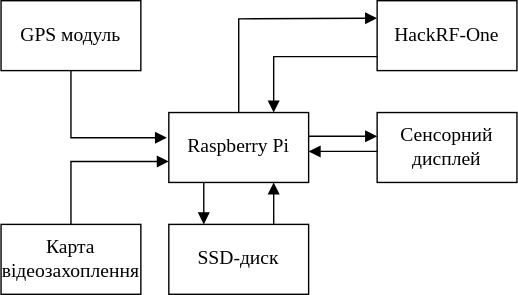
Earlier version of the draw.io export docs/sheme/structural.drawio.svg (BogdanBackend/Diplom). Source tidied: cells renumbered, new cells last; positions are measured from the earlier drawing's top-left corner, leaving out a move shared by most shapes. Its diagram source:
```xml
<mxGraphModel background="#ffffff">
  <root>
    <mxCell id="0" />
    <mxCell id="1" parent="0" />
    <mxCell id="2" value="Raspberry Pi" style="rounded=0;whiteSpace=wrap;html=1;fontFamily=Times New Roman;fontSize=14;" parent="1" vertex="1">
      <mxGeometry x="120" y="80" width="100" height="50" as="geometry" />
    </mxCell>
    <mxCell id="3" value="HackRF-One" style="rounded=0;whiteSpace=wrap;html=1;fontFamily=Times New Roman;fontSize=14;" parent="1" vertex="1">
      <mxGeometry x="269" width="100" height="50" as="geometry" />
    </mxCell>
    <mxCell id="4" value="Сенсорний дисплей" style="rounded=0;whiteSpace=wrap;html=1;fontFamily=Times New Roman;fontSize=14;" parent="1" vertex="1">
      <mxGeometry x="269" y="80" width="100" height="50" as="geometry" />
    </mxCell>
    <mxCell id="5" value="GPS модуль" style="rounded=0;whiteSpace=wrap;html=1;fontFamily=Times New Roman;fontSize=14;" parent="1" vertex="1">
      <mxGeometry width="100" height="50" as="geometry" />
    </mxCell>
    <mxCell id="6" value="SSD-диск" style="rounded=0;whiteSpace=wrap;html=1;fontFamily=Times New Roman;fontSize=14;" parent="1" vertex="1">
      <mxGeometry x="120" y="160" width="100" height="50" as="geometry" />
    </mxCell>
    <mxCell id="7" value="Карта відеозахоплення" style="rounded=0;whiteSpace=wrap;html=1;fontFamily=Times New Roman;fontSize=14;" parent="1" vertex="1">
      <mxGeometry y="160" width="100" height="50" as="geometry" />
    </mxCell>
    <mxCell id="8" style="edgeStyle=none;html=1;rounded=0;curved=0;strokeWidth=1;endArrow=block;endFill=1;entryX=-0.013;entryY=0.36;entryDx=0;entryDy=0;entryPerimeter=0;exitX=0.5;exitY=1;exitDx=0;exitDy=0;" parent="1" edge="1" source="5" target="2">
      <mxGeometry relative="1" as="geometry">
        <Array as="points">
          <mxPoint x="50" y="98" />
        </Array>
      </mxGeometry>
    </mxCell>
    <mxCell id="9" style="edgeStyle=none;html=1;rounded=0;curved=0;strokeWidth=1;endArrow=block;endFill=1;exitX=0.5;exitY=0;exitDx=0;exitDy=0;" parent="1" edge="1" source="7">
      <mxGeometry relative="1" as="geometry">
        <mxPoint x="120" y="115" as="targetPoint" />
        <Array as="points">
          <mxPoint x="50" y="115" />
        </Array>
      </mxGeometry>
    </mxCell>
    <mxCell id="10" style="edgeStyle=none;html=1;rounded=0;curved=0;strokeWidth=1;endArrow=block;endFill=1;exitX=0.5;exitY=0;exitDx=0;exitDy=0;entryX=0;entryY=0.25;entryDx=0;entryDy=0;" parent="1" edge="1" source="2" target="3">
      <mxGeometry relative="1" as="geometry">
        <Array as="points">
          <mxPoint x="170" y="13" />
        </Array>
      </mxGeometry>
    </mxCell>
    <mxCell id="11" style="edgeStyle=none;html=1;rounded=0;curved=0;strokeWidth=1;endArrow=block;endFill=1;entryX=0;entryY=0.5;entryDx=0;entryDy=0;exitX=1;exitY=0.5;exitDx=0;exitDy=0;" parent="1" edge="1">
      <mxGeometry relative="1" as="geometry">
        <mxPoint x="220" y="97" as="sourcePoint" />
        <mxPoint x="269" y="97" as="targetPoint" />
      </mxGeometry>
    </mxCell>
    <mxCell id="12" style="edgeStyle=none;html=1;rounded=0;curved=0;strokeWidth=1;endArrow=block;endFill=1;entryX=0;entryY=0.5;entryDx=0;entryDy=0;exitX=1;exitY=0.5;exitDx=0;exitDy=0;" parent="1" edge="1">
      <mxGeometry relative="1" as="geometry">
        <mxPoint x="269" y="107.8" as="sourcePoint" />
        <mxPoint x="220" y="107.8" as="targetPoint" />
      </mxGeometry>
    </mxCell>
    <mxCell id="13" style="edgeStyle=none;html=1;rounded=0;curved=0;strokeWidth=1;endArrow=block;endFill=1;entryX=0.75;entryY=1;entryDx=0;entryDy=0;exitX=0.75;exitY=0;exitDx=0;exitDy=0;" parent="1" edge="1" source="6" target="2">
      <mxGeometry relative="1" as="geometry" />
    </mxCell>
    <mxCell id="14" style="edgeStyle=none;html=1;rounded=0;curved=0;strokeWidth=1;endArrow=block;endFill=1;entryX=0.75;entryY=1;entryDx=0;entryDy=0;exitX=0.75;exitY=0;exitDx=0;exitDy=0;" parent="1" edge="1">
      <mxGeometry relative="1" as="geometry">
        <mxPoint x="145" y="130" as="sourcePoint" />
        <mxPoint x="145" y="160" as="targetPoint" />
      </mxGeometry>
    </mxCell>
    <mxCell id="15" style="edgeStyle=none;html=1;rounded=0;curved=0;strokeWidth=1;endArrow=block;endFill=1;exitX=0.5;exitY=0;exitDx=0;exitDy=0;entryX=0.75;entryY=0;entryDx=0;entryDy=0;" parent="1" edge="1" target="2">
      <mxGeometry relative="1" as="geometry">
        <mxPoint x="269" y="40" as="sourcePoint" />
        <Array as="points">
          <mxPoint x="195" y="40" />
        </Array>
      </mxGeometry>
    </mxCell>
  </root>
</mxGraphModel>
```
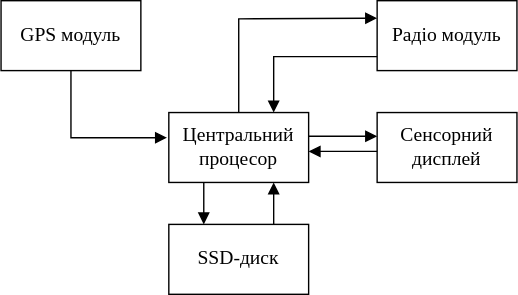
Above is the later version.

Diff of the diagram source:
```diff
@@ -2,10 +2,10 @@
   <root>
     <mxCell id="0" />
     <mxCell id="1" parent="0" />
-    <mxCell id="2" value="Raspberry Pi" style="rounded=0;whiteSpace=wrap;html=1;fontFamily=Times New Roman;fontSize=14;" parent="1" vertex="1">
+    <mxCell id="2" value="Центральний процесор" style="rounded=0;whiteSpace=wrap;html=1;fontFamily=Times New Roman;fontSize=14;" parent="1" vertex="1">
       <mxGeometry x="120" y="80" width="100" height="50" as="geometry" />
     </mxCell>
-    <mxCell id="3" value="HackRF-One" style="rounded=0;whiteSpace=wrap;html=1;fontFamily=Times New Roman;fontSize=14;" parent="1" vertex="1">
+    <mxCell id="3" value="Радіо модуль" style="rounded=0;whiteSpace=wrap;html=1;fontFamily=Times New Roman;fontSize=14;" parent="1" vertex="1">
       <mxGeometry x="269" width="100" height="50" as="geometry" />
     </mxCell>
     <mxCell id="4" value="Сенсорний дисплей" style="rounded=0;whiteSpace=wrap;html=1;fontFamily=Times New Roman;fontSize=14;" parent="1" vertex="1">
@@ -17,9 +17,6 @@
     <mxCell id="6" value="SSD-диск" style="rounded=0;whiteSpace=wrap;html=1;fontFamily=Times New Roman;fontSize=14;" parent="1" vertex="1">
       <mxGeometry x="120" y="160" width="100" height="50" as="geometry" />
     </mxCell>
-    <mxCell id="7" value="Карта відеозахоплення" style="rounded=0;whiteSpace=wrap;html=1;fontFamily=Times New Roman;fontSize=14;" parent="1" vertex="1">
-      <mxGeometry y="160" width="100" height="50" as="geometry" />
-    </mxCell>
     <mxCell id="8" style="edgeStyle=none;html=1;rounded=0;curved=0;strokeWidth=1;endArrow=block;endFill=1;entryX=-0.013;entryY=0.36;entryDx=0;entryDy=0;entryPerimeter=0;exitX=0.5;exitY=1;exitDx=0;exitDy=0;" parent="1" edge="1" source="5" target="2">
       <mxGeometry relative="1" as="geometry">
         <Array as="points">
@@ -27,14 +24,6 @@
         </Array>
       </mxGeometry>
     </mxCell>
-    <mxCell id="9" style="edgeStyle=none;html=1;rounded=0;curved=0;strokeWidth=1;endArrow=block;endFill=1;exitX=0.5;exitY=0;exitDx=0;exitDy=0;" parent="1" edge="1" source="7">
-      <mxGeometry relative="1" as="geometry">
-        <mxPoint x="120" y="115" as="targetPoint" />
-        <Array as="points">
-          <mxPoint x="50" y="115" />
-        </Array>
-      </mxGeometry>
-    </mxCell>
     <mxCell id="10" style="edgeStyle=none;html=1;rounded=0;curved=0;strokeWidth=1;endArrow=block;endFill=1;exitX=0.5;exitY=0;exitDx=0;exitDy=0;entryX=0;entryY=0.25;entryDx=0;entryDy=0;" parent="1" edge="1" source="2" target="3">
       <mxGeometry relative="1" as="geometry">
         <Array as="points">
```
